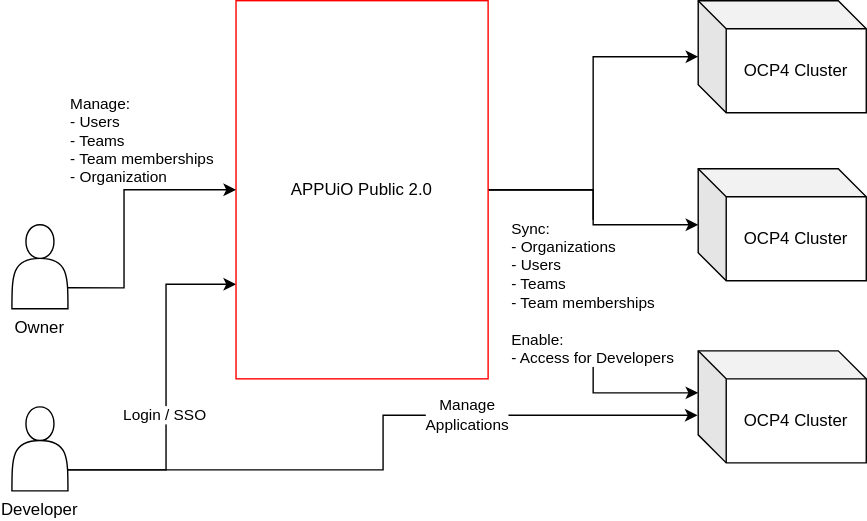
Earlier version of the draw.io export docs/modules/ROOT/assets/images/system/systemcontext.drawio.svg (appuio/appuio-io-docs). Source tidied: cells renumbered, new cells last; positions are measured from the earlier drawing's top-left corner, leaving out a move shared by most shapes.
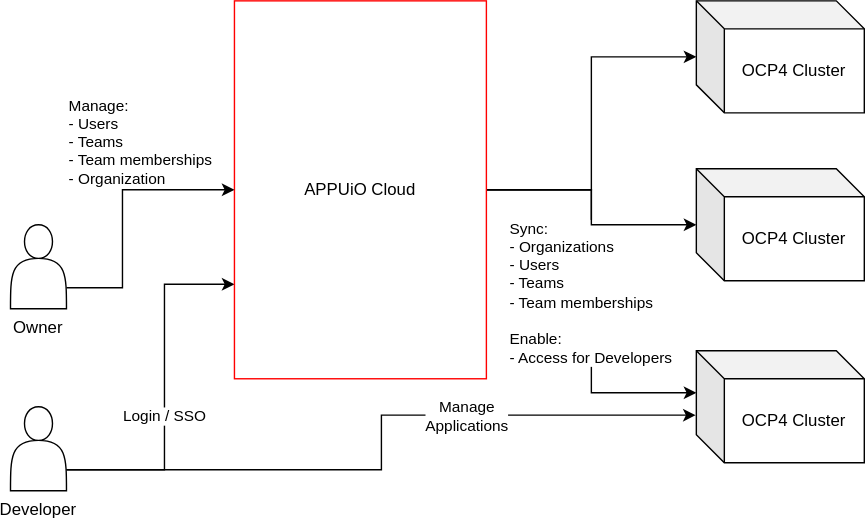
After the commit.

What changed in the source:
```diff
@@ -47,7 +47,7 @@
     <mxCell id="13" style="edgeStyle=orthogonalEdgeStyle;rounded=0;jettySize=auto;html=1;exitX=1;exitY=0.5;exitDx=0;exitDy=0;" parent="1" edge="1" source="14" target="9">
       <mxGeometry relative="1" as="geometry" />
     </mxCell>
-    <mxCell id="14" value="APPUiO Public 2.0" style="rounded=0;whiteSpace=wrap;html=1;labelPosition=center;verticalLabelPosition=middle;align=center;verticalAlign=middle;labelBorderColor=none;strokeColor=#FF0000;" parent="1" vertex="1">
+    <mxCell id="14" value="APPUiO Cloud" style="rounded=0;whiteSpace=wrap;html=1;labelPosition=center;verticalLabelPosition=middle;align=center;verticalAlign=middle;labelBorderColor=none;strokeColor=#FF0000;" parent="1" vertex="1">
       <mxGeometry x="160" width="180" height="270" as="geometry" />
     </mxCell>
     <mxCell id="15" style="edgeStyle=orthogonalEdgeStyle;rounded=0;jettySize=auto;html=1;exitX=1;exitY=0.75;exitDx=0;exitDy=0;entryX=0;entryY=0.5;entryDx=0;entryDy=0;" parent="1" edge="1" source="17" target="14">
```
